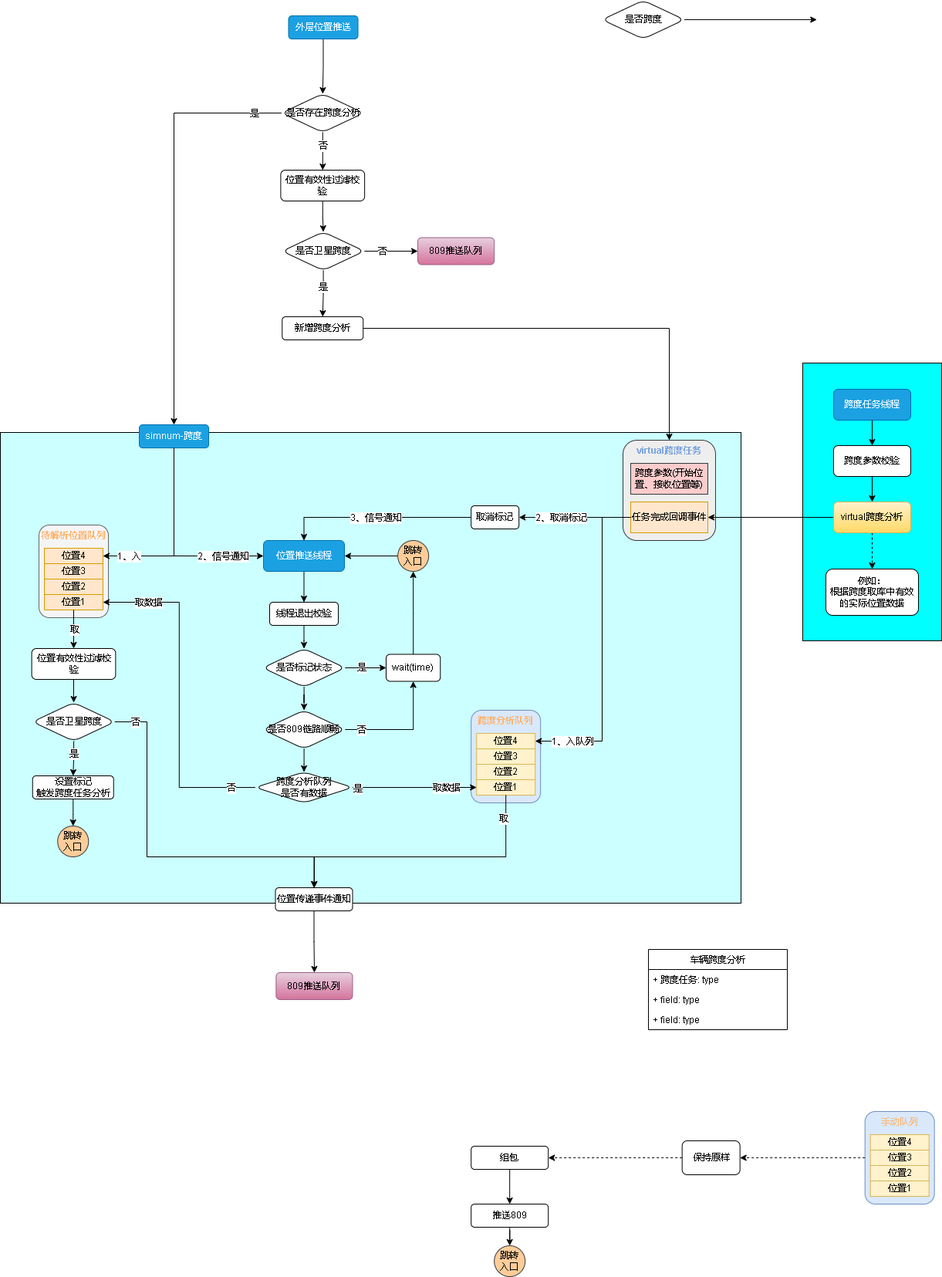
Earlier version of the draw.io export 809数据跨度.drawio.png (xktder/draw). Source tidied: cells renumbered, new cells last; positions are measured from the earlier drawing's top-left corner, leaving out a move shared by most shapes.
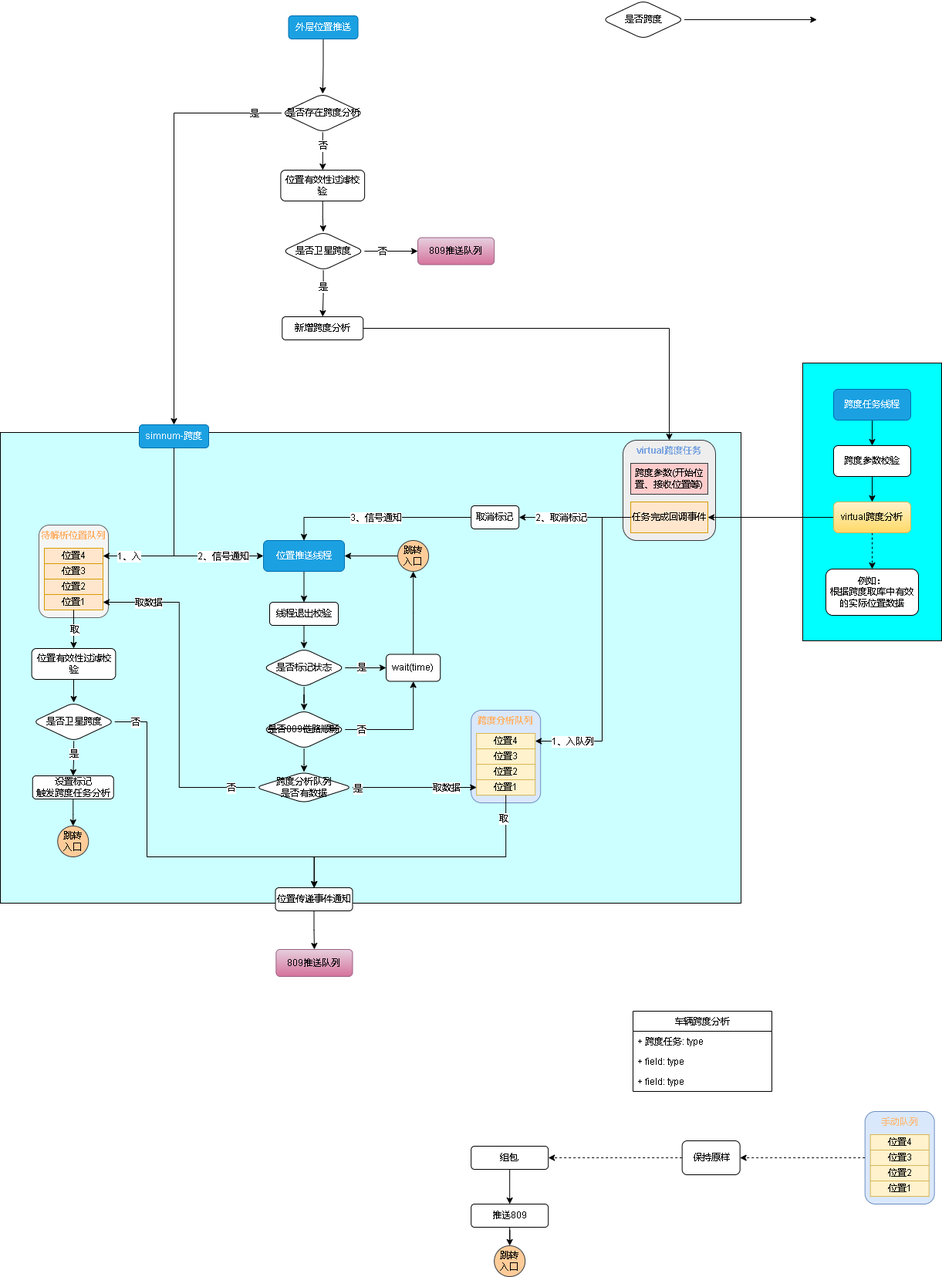
The same file after the commit.

Commit message:
更新809数据跨度.drawio.png

Change to the diagram source:
```diff
@@ -136,7 +136,7 @@
     <mxCell id="40" style="edgeStyle=orthogonalEdgeStyle;rounded=0;jettySize=auto;html=1;fontColor=#000000;" parent="1" edge="1" source="41" target="45">
       <mxGeometry relative="1" as="geometry" />
     </mxCell>
-    <mxCell id="41" value="是否809链路顺畅" style="rhombus;whiteSpace=wrap;html=1;fontColor=#000000;rounded=1;" parent="1" vertex="1">
+    <mxCell id="41" value="&lt;strike&gt;是否809链路顺畅&lt;/strike&gt;" style="rhombus;whiteSpace=wrap;html=1;fontColor=#000000;rounded=1;" parent="1" vertex="1">
       <mxGeometry x="340.2" y="920" width="106.5" height="50" as="geometry" />
     </mxCell>
     <mxCell id="42" style="edgeStyle=orthogonalEdgeStyle;rounded=0;jettySize=auto;html=1;fontColor=#000000;" parent="1" edge="1" source="45" target="18">
@@ -386,7 +386,7 @@
       <mxGeometry x="541" y="307.5" width="99.1" height="35" as="geometry" />
     </mxCell>
     <mxCell id="112" value="车辆跨度分析" style="swimlane;fontStyle=0;horizontal=1;startSize=26;fillColor=none;fontColor=#000000;" parent="1" vertex="1">
-      <mxGeometry x="840" y="1230" width="180" height="104" as="geometry" />
+      <mxGeometry x="820" y="1310" width="180" height="104" as="geometry" />
     </mxCell>
     <mxCell id="113" value="+ 跨度任务: type" style="text;strokeColor=none;fillColor=none;align=left;verticalAlign=top;spacingLeft=4;spacingRight=4;overflow=hidden;fontColor=#000000;" parent="112" vertex="1">
       <mxGeometry y="26" width="180" height="26" as="geometry" />
@@ -398,7 +398,7 @@
       <mxGeometry y="78" width="180" height="26" as="geometry" />
     </mxCell>
     <mxCell id="116" value="809推送队列" style="whiteSpace=wrap;html=1;rounded=1;fillColor=#e6d0de;gradientColor=#d5739d;strokeColor=#996185;" parent="1" vertex="1">
-      <mxGeometry x="357.4" y="1260" width="99.1" height="35" as="geometry" />
+      <mxGeometry x="357.4" y="1230" width="99.1" height="35" as="geometry" />
     </mxCell>
   </root>
 </mxGraphModel>
```
